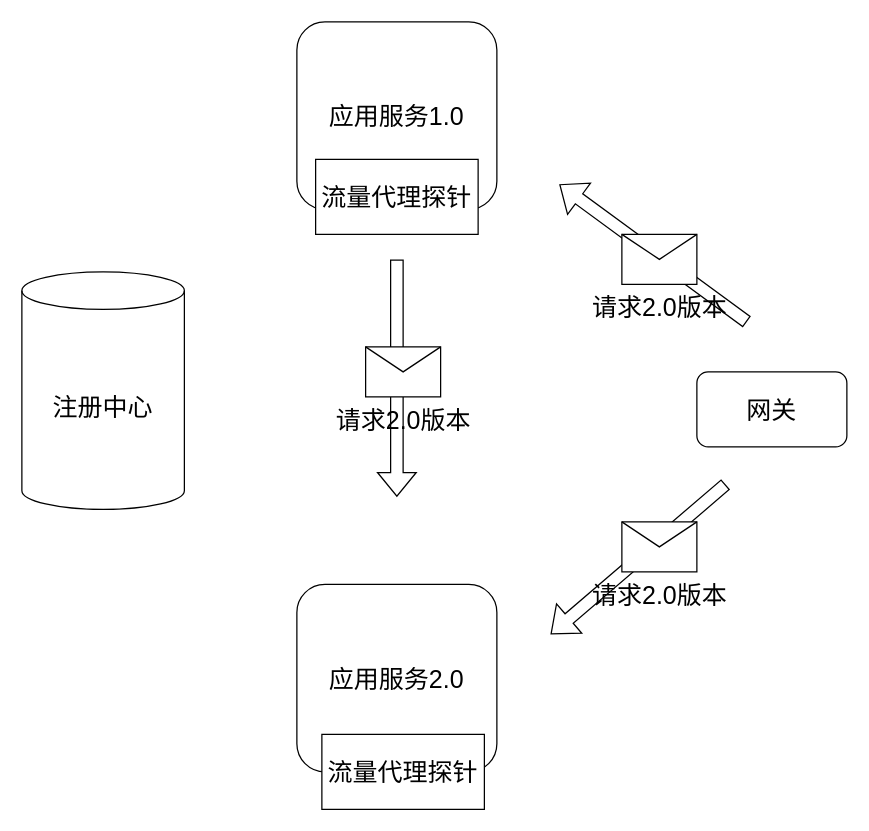
Before: image/流量代理探针示意图.drawio in java-zengguang/images, a draw.io diagram. Source tidied: cells renumbered, new cells numbered last; positions are measured from the earlier drawing's top-left corner, leaving out a move shared by most shapes. Both pictures are drawn from the tidied source at 125%, with x=0, y=0 at pixel (21, 21).
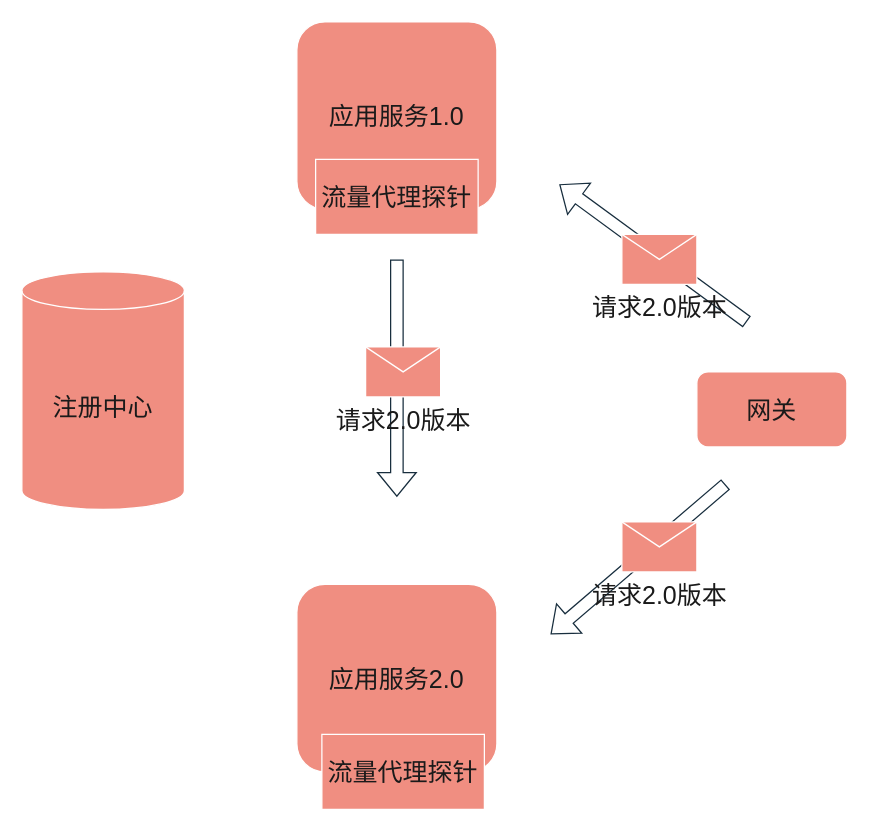
The same page after the edit.

Commit message (it also covers changes not shown here):
更新流量代理探针示意图.drawio

Diff of the diagram source:
```diff
@@
 <mxGraphModel>
   <root>
     <mxCell id="0" />
     <mxCell id="1" parent="0" />
-    <mxCell id="2" value="&lt;font style=&quot;font-size: 20px;&quot;&gt;应用服务1.0&lt;/font&gt;" style="rounded=1;whiteSpace=wrap;html=1;" parent="1" vertex="1">
+    <mxCell id="2" value="&lt;font style=&quot;font-size: 20px;&quot;&gt;应用服务1.0&lt;/font&gt;" style="rounded=1;whiteSpace=wrap;html=1;labelBackgroundColor=none;fillColor=#F08E81;strokeColor=#FFFFFF;fontColor=#1A1A1A;" parent="1" vertex="1">
       <mxGeometry x="220" width="160" height="150" as="geometry" />
     </mxCell>
-    <mxCell id="3" value="&lt;font style=&quot;font-size: 20px;&quot;&gt;流量代理探针&lt;/font&gt;" style="rounded=0;whiteSpace=wrap;html=1;" parent="1" vertex="1">
+    <mxCell id="3" value="&lt;font style=&quot;font-size: 20px;&quot;&gt;流量代理探针&lt;/font&gt;" style="rounded=0;whiteSpace=wrap;html=1;labelBackgroundColor=none;fillColor=#F08E81;strokeColor=#FFFFFF;fontColor=#1A1A1A;" parent="1" vertex="1">
       <mxGeometry x="235" y="110" width="130" height="60" as="geometry" />
     </mxCell>
-    <mxCell id="4" value="&lt;font style=&quot;font-size: 20px;&quot;&gt;应用服务2.0&lt;/font&gt;" style="rounded=1;whiteSpace=wrap;html=1;" parent="1" vertex="1">
+    <mxCell id="4" value="&lt;font style=&quot;font-size: 20px;&quot;&gt;应用服务2.0&lt;/font&gt;" style="rounded=1;whiteSpace=wrap;html=1;labelBackgroundColor=none;fillColor=#F08E81;strokeColor=#FFFFFF;fontColor=#1A1A1A;" parent="1" vertex="1">
       <mxGeometry x="220" y="450" width="160" height="150" as="geometry" />
     </mxCell>
-    <mxCell id="5" value="&lt;font style=&quot;font-size: 20px;&quot;&gt;流量代理探针&lt;/font&gt;" style="rounded=0;whiteSpace=wrap;html=1;" parent="1" vertex="1">
+    <mxCell id="5" value="&lt;font style=&quot;font-size: 20px;&quot;&gt;流量代理探针&lt;/font&gt;" style="rounded=0;whiteSpace=wrap;html=1;labelBackgroundColor=none;fillColor=#F08E81;strokeColor=#FFFFFF;fontColor=#1A1A1A;" parent="1" vertex="1">
       <mxGeometry x="240" y="570" width="130" height="60" as="geometry" />
     </mxCell>
-    <mxCell id="6" value="&lt;font style=&quot;font-size: 20px;&quot;&gt;注册中心&lt;/font&gt;" style="shape=cylinder3;whiteSpace=wrap;html=1;boundedLbl=1;backgroundOutline=1;size=15;" parent="1" vertex="1">
+    <mxCell id="6" value="&lt;font style=&quot;font-size: 20px;&quot;&gt;注册中心&lt;/font&gt;" style="shape=cylinder3;whiteSpace=wrap;html=1;boundedLbl=1;backgroundOutline=1;size=15;labelBackgroundColor=none;fillColor=#F08E81;strokeColor=#FFFFFF;fontColor=#1A1A1A;" parent="1" vertex="1">
       <mxGeometry y="200" width="130" height="190" as="geometry" />
     </mxCell>
-    <mxCell id="7" value="&lt;font style=&quot;font-size: 20px;&quot;&gt;网关&lt;/font&gt;" style="rounded=1;whiteSpace=wrap;html=1;" parent="1" vertex="1">
+    <mxCell id="7" value="&lt;font style=&quot;font-size: 20px;&quot;&gt;网关&lt;/font&gt;" style="rounded=1;whiteSpace=wrap;html=1;labelBackgroundColor=none;fillColor=#F08E81;strokeColor=#FFFFFF;fontColor=#1A1A1A;" parent="1" vertex="1">
       <mxGeometry x="540" y="280" width="120" height="60" as="geometry" />
     </mxCell>
-    <mxCell id="8" style="shape=flexArrow;endArrow=classic;html=1;rounded=0;" parent="1" edge="1">
+    <mxCell id="8" style="shape=flexArrow;endArrow=classic;html=1;rounded=0;labelBackgroundColor=none;strokeColor=#182E3E;fontColor=default;" parent="1" edge="1">
       <mxGeometry relative="1" as="geometry">
         <mxPoint x="580" y="240" as="sourcePoint" />
         <mxPoint x="430" y="130" as="targetPoint" />
       </mxGeometry>
     </mxCell>
-    <mxCell id="9" value="&lt;font style=&quot;font-size: 20px;&quot;&gt;请求2.0版本&lt;/font&gt;" style="shape=message;html=1;html=1;labelPosition=center;verticalLabelPosition=bottom;align=center;verticalAlign=top;" parent="1" vertex="1">
+    <mxCell id="9" value="&lt;font style=&quot;font-size: 20px;&quot;&gt;请求2.0版本&lt;/font&gt;" style="shape=message;html=1;html=1;labelPosition=center;verticalLabelPosition=bottom;align=center;verticalAlign=top;labelBackgroundColor=none;fillColor=#F08E81;strokeColor=#FFFFFF;fontColor=#1A1A1A;" parent="1" vertex="1">
       <mxGeometry x="480" y="170" width="60" height="40" as="geometry" />
     </mxCell>
-    <mxCell id="10" style="shape=flexArrow;endArrow=classic;html=1;rounded=0;" parent="1" edge="1">
+    <mxCell id="10" style="shape=flexArrow;endArrow=classic;html=1;rounded=0;labelBackgroundColor=none;strokeColor=#182E3E;fontColor=default;" parent="1" edge="1">
       <mxGeometry relative="1" as="geometry">
         <mxPoint x="563" y="370" as="sourcePoint" />
         <mxPoint x="423" y="490" as="targetPoint" />
       </mxGeometry>
     </mxCell>
-    <mxCell id="11" value="&lt;font style=&quot;font-size: 20px;&quot;&gt;请求2.0版本&lt;/font&gt;" style="shape=message;html=1;html=1;labelPosition=center;verticalLabelPosition=bottom;align=center;verticalAlign=top;" parent="1" vertex="1">
+    <mxCell id="11" value="&lt;font style=&quot;font-size: 20px;&quot;&gt;请求2.0版本&lt;/font&gt;" style="shape=message;html=1;html=1;labelPosition=center;verticalLabelPosition=bottom;align=center;verticalAlign=top;labelBackgroundColor=none;fillColor=#F08E81;strokeColor=#FFFFFF;fontColor=#1A1A1A;" parent="1" vertex="1">
       <mxGeometry x="480" y="400" width="60" height="40" as="geometry" />
     </mxCell>
-    <mxCell id="12" style="shape=flexArrow;endArrow=classic;html=1;rounded=0;" parent="1" edge="1">
+    <mxCell id="12" style="shape=flexArrow;endArrow=classic;html=1;rounded=0;labelBackgroundColor=none;strokeColor=#182E3E;fontColor=default;" parent="1" edge="1">
       <mxGeometry relative="1" as="geometry">
         <mxPoint x="300" y="190" as="sourcePoint" />
         <mxPoint x="300" y="380" as="targetPoint" />
       </mxGeometry>
     </mxCell>
-    <mxCell id="13" value="&lt;font style=&quot;font-size: 20px;&quot;&gt;请求2.0版本&lt;/font&gt;" style="shape=message;html=1;html=1;labelPosition=center;verticalLabelPosition=bottom;align=center;verticalAlign=top;" parent="1" vertex="1">
+    <mxCell id="13" value="&lt;font style=&quot;font-size: 20px;&quot;&gt;请求2.0版本&lt;/font&gt;" style="shape=message;html=1;html=1;labelPosition=center;verticalLabelPosition=bottom;align=center;verticalAlign=top;labelBackgroundColor=none;fillColor=#F08E81;strokeColor=#FFFFFF;fontColor=#1A1A1A;" parent="1" vertex="1">
       <mxGeometry x="275" y="260" width="60" height="40" as="geometry" />
     </mxCell>
   </root>
 </mxGraphModel>
```
